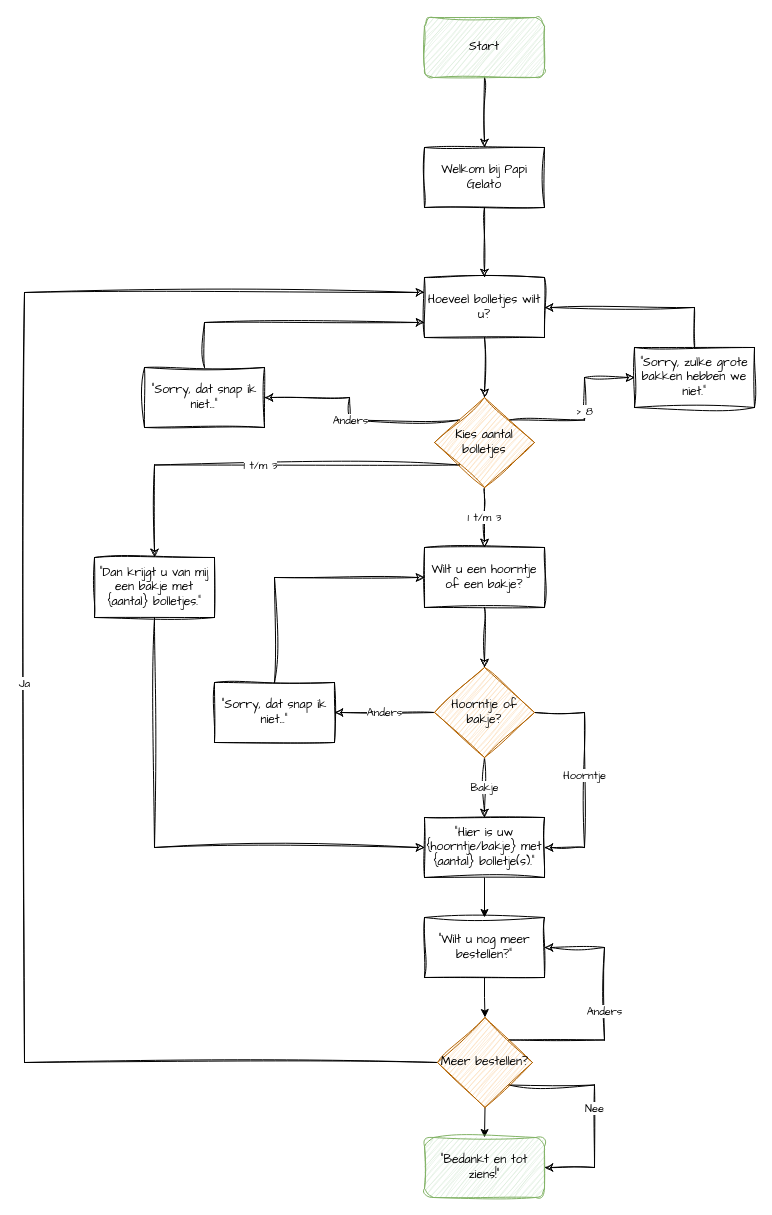
Earlier version of the draw.io diagram module 3/Proef/Proef - Diagram.drawio (SummerDallison/leren-programmeren). Source tidied: cells renumbered, new cells numbered last; positions are measured from the earlier drawing's top-left corner, leaving out a move shared by most shapes. Both pictures are drawn from the tidied source at 100%, with x=0, y=0 at pixel (24, 17).
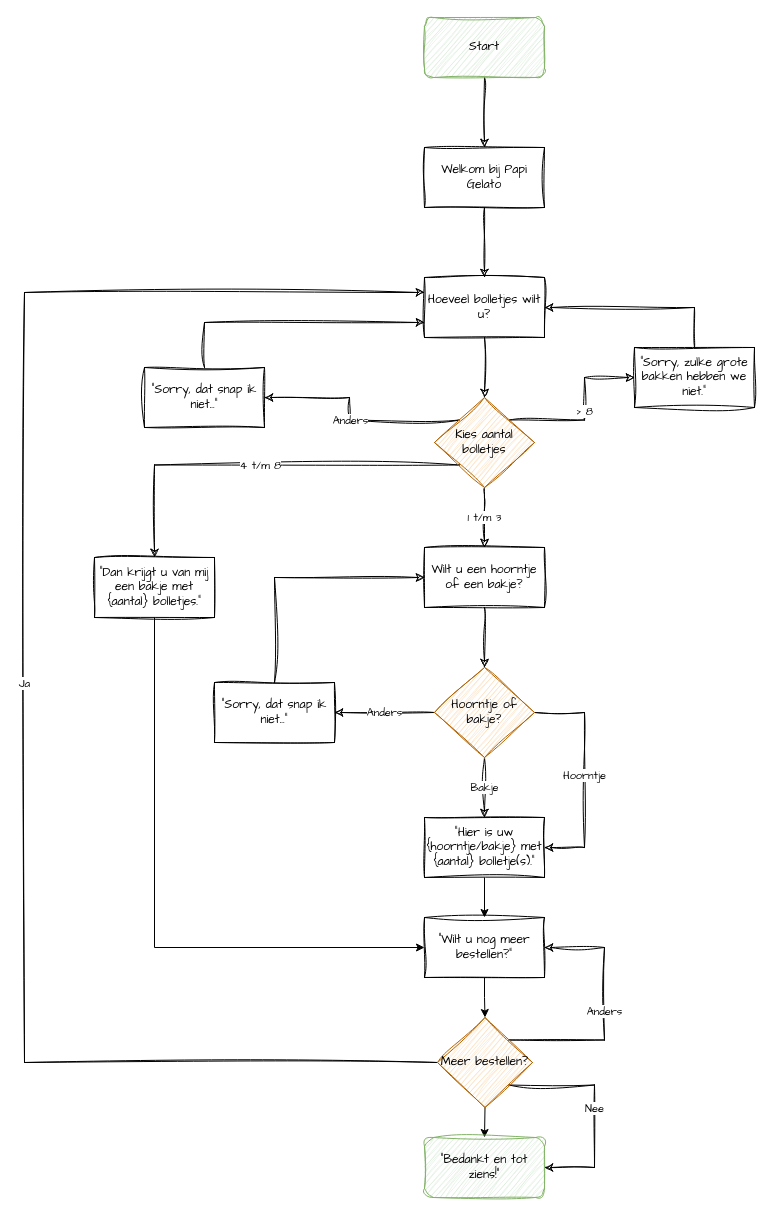
After the change.

Commit message (it also covers changes not shown here):
Flowchart bijgewerkt

The change refers to these unchanged cells:
```xml
<mxCell id="12" value="Kies aantal bolletjes" style="rhombus;whiteSpace=wrap;html=1;fillColor=#fad7ac;sketch=1;curveFitting=1;jiggle=2;strokeColor=#b46504;fontFamily=Comic Sans MS;" parent="1" vertex="1">
  <mxGeometry x="410" y="380" width="100" height="90" as="geometry" />
</mxCell>
<mxCell id="20" value="&quot;Dan krijgt u van mij een bakje met {aantal} bolletjes.&quot;" style="rounded=0;whiteSpace=wrap;html=1;sketch=1;curveFitting=1;jiggle=2;fillColor=none;fontFamily=Comic Sans MS;" parent="1" vertex="1">
  <mxGeometry x="70" y="540" width="120" height="60" as="geometry" />
</mxCell>
<mxCell id="24" value="&quot;Sorry, dat snap ik niet...&quot;" style="rounded=0;whiteSpace=wrap;html=1;fontFamily=Comic Sans MS;fillColor=none;sketch=1;curveFitting=1;jiggle=2;" parent="1" vertex="1">
  <mxGeometry x="120" y="350" width="120" height="60" as="geometry" />
</mxCell>
<mxCell id="26" value="&quot;Hier is uw {hoorntje/bakje} met {aantal} bolletje(s).&quot;" style="rounded=0;whiteSpace=wrap;html=1;fillColor=none;sketch=1;curveFitting=1;jiggle=2;fontFamily=Comic Sans MS;" parent="1" vertex="1">
  <mxGeometry x="400" y="800" width="120" height="60" as="geometry" />
</mxCell>
<mxCell id="36" value="&quot;Wilt u nog meer bestellen?&quot;" style="rounded=0;whiteSpace=wrap;html=1;fontFamily=Comic Sans MS;fillColor=none;sketch=1;curveFitting=1;jiggle=2;" parent="1" vertex="1">
  <mxGeometry x="400" y="900" width="120" height="60" as="geometry" />
</mxCell>
```

The edit, as a diff of the source:
```diff
@@
+    <mxCell id="11" value="Anders" style="edgeStyle=orthogonalEdgeStyle;rounded=0;jettySize=auto;html=1;exitX=0;exitY=0;exitDx=0;exitDy=0;entryX=1;entryY=0.5;entryDx=0;entryDy=0;fontFamily=Comic Sans MS;sketch=1;curveFitting=1;jiggle=2;" parent="1" edge="1" source="12" target="24">
+      <mxGeometry relative="1" as="geometry" />
+    </mxCell>
-    <mxCell id="10" value="1 t/m 3" style="edgeStyle=orthogonalEdgeStyle;rounded=0;jettySize=auto;html=1;exitX=0;exitY=1;exitDx=0;exitDy=0;entryX=0.5;entryY=0;entryDx=0;entryDy=0;fontFamily=Comic Sans MS;sketch=1;curveFitting=1;jiggle=2;" parent="1" edge="1" source="12" target="20">
+    <mxCell id="10" value="4 t/m 8" style="edgeStyle=orthogonalEdgeStyle;rounded=0;jettySize=auto;html=1;exitX=0;exitY=1;exitDx=0;exitDy=0;entryX=0.5;entryY=0;entryDx=0;entryDy=0;sketch=1;curveFitting=1;jiggle=2;fontFamily=Comic Sans MS;" parent="1" edge="1" source="12" target="20">
       <mxGeometry relative="1" as="geometry" />
     </mxCell>
-    <mxCell id="11" value="Anders" style="edgeStyle=orthogonalEdgeStyle;rounded=0;jettySize=auto;html=1;exitX=0;exitY=0;exitDx=0;exitDy=0;entryX=1;entryY=0.5;entryDx=0;entryDy=0;fontFamily=Comic Sans MS;sketch=1;curveFitting=1;jiggle=2;" parent="1" edge="1" source="12" target="24">
-      <mxGeometry relative="1" as="geometry" />
-    </mxCell>
@@
-    <mxCell id="19" style="edgeStyle=orthogonalEdgeStyle;rounded=0;jettySize=auto;html=1;exitX=0.5;exitY=1;exitDx=0;exitDy=0;entryX=0;entryY=0.5;entryDx=0;entryDy=0;sketch=1;curveFitting=1;jiggle=2;" parent="1" edge="1" source="20" target="26">
-      <mxGeometry relative="1" as="geometry">
-        <Array as="points">
-          <mxPoint x="130" y="830" />
-        </Array>
-      </mxGeometry>
-    </mxCell>
+    <mxCell id="37" style="edgeStyle=orthogonalEdgeStyle;rounded=0;jettySize=auto;html=1;exitX=0.5;exitY=1;exitDx=0;exitDy=0;entryX=0;entryY=0.5;entryDx=0;entryDy=0;" parent="1" edge="1" source="20" target="36">
+      <mxGeometry relative="1" as="geometry" />
+    </mxCell>
```
